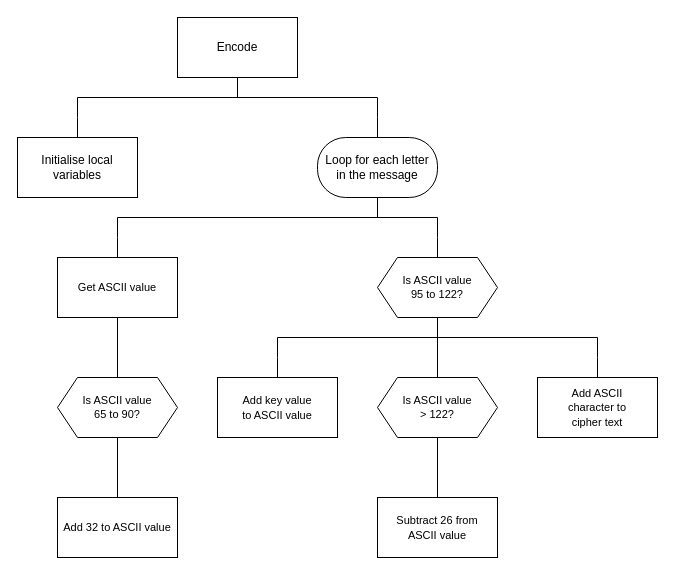
The draw.io diagram page "sd" (5 of 6) of higher/H-SDD-Caesar-Cipher/assets/H SDD Caesar Cipher.drawio in MrFriendCS/MrFriendCS.github.io, before the edit. Source tidied: cells renumbered, new cells numbered last; positions are measured from the earlier drawing's top-left corner, leaving out a move shared by most shapes. Both pictures are drawn from the tidied source at 100%, with x=0, y=0 at pixel (17, 17).
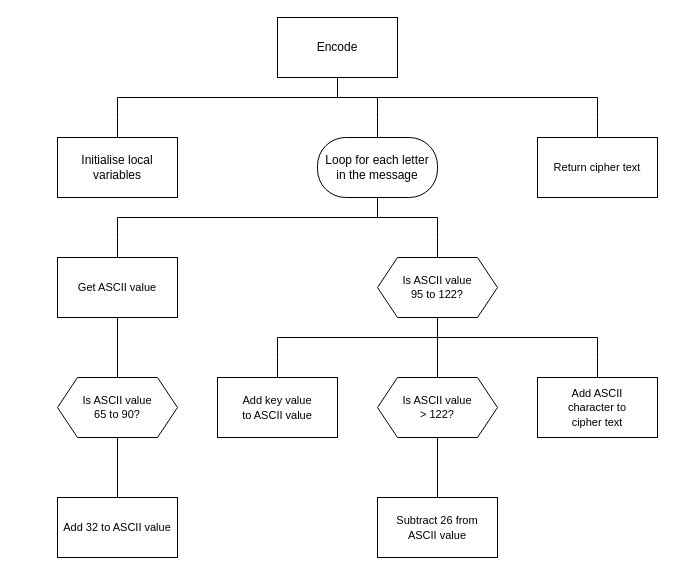
The same diagram, later.

The edit, as a diff of the source:
```diff
@@
-    <mxCell id="2" style="edgeStyle=orthogonalEdgeStyle;shape=connector;rounded=0;jettySize=auto;html=1;exitX=0.5;exitY=1;exitDx=0;exitDy=0;labelBackgroundColor=default;strokeColor=default;fontFamily=Helvetica;fontSize=11;fontColor=default;startArrow=none;startFill=0;endArrow=none;endFill=0;" parent="1" edge="1" source="3">
+    <mxCell id="2" style="edgeStyle=orthogonalEdgeStyle;shape=connector;rounded=0;jettySize=auto;html=1;labelBackgroundColor=default;strokeColor=default;fontFamily=Helvetica;fontSize=11;fontColor=default;startArrow=none;startFill=0;endArrow=none;endFill=0;" parent="1" edge="1" source="3">
       <mxGeometry relative="1" as="geometry">
-        <mxPoint x="220" y="80" as="targetPoint" />
+        <mxPoint x="320" y="80" as="targetPoint" />
       </mxGeometry>
     </mxCell>
     <mxCell id="3" value="Encode" style="rounded=0;whiteSpace=wrap;html=1;" parent="1" vertex="1">
-      <mxGeometry x="160" width="120" height="60" as="geometry" />
+      <mxGeometry x="260" width="120" height="60" as="geometry" />
     </mxCell>
     <mxCell id="4" style="edgeStyle=orthogonalEdgeStyle;shape=connector;rounded=0;jettySize=auto;html=1;exitX=0.5;exitY=0;exitDx=0;exitDy=0;labelBackgroundColor=default;strokeColor=default;fontFamily=Helvetica;fontSize=11;fontColor=default;startArrow=none;startFill=0;endArrow=none;endFill=0;" parent="1" edge="1" source="5">
       <mxGeometry relative="1" as="geometry">
-        <mxPoint x="60" y="80" as="targetPoint" />
+        <mxPoint x="100" y="80" as="targetPoint" />
       </mxGeometry>
     </mxCell>
     <mxCell id="5" value="Initialise local variables" style="rounded=0;whiteSpace=wrap;html=1;" parent="1" vertex="1">
-      <mxGeometry y="120" width="120" height="60" as="geometry" />
+      <mxGeometry x="40" y="120" width="120" height="60" as="geometry" />
     </mxCell>
@@
     <mxCell id="27" style="endArrow=none;html=1;rounded=0;labelBackgroundColor=default;strokeColor=default;fontFamily=Helvetica;fontSize=11;fontColor=default;shape=connector;" parent="1" edge="1">
       <mxGeometry relative="1" as="geometry">
-        <mxPoint x="60" y="80" as="sourcePoint" />
-        <mxPoint x="360" y="80" as="targetPoint" />
+        <mxPoint x="100" y="80" as="sourcePoint" />
+        <mxPoint x="580" y="80" as="targetPoint" />
       </mxGeometry>
     </mxCell>
+    <mxCell id="28" style="edgeStyle=orthogonalEdgeStyle;rounded=0;jettySize=auto;html=1;exitX=0.5;exitY=0;exitDx=0;exitDy=0;endArrow=none;endFill=0;" parent="1" edge="1" source="29">
+      <mxGeometry relative="1" as="geometry">
+        <mxPoint x="580" y="80" as="targetPoint" />
+      </mxGeometry>
+    </mxCell>
+    <mxCell id="29" value="&lt;font face=&quot;Helvetica&quot;&gt;&lt;span style=&quot;font-size: 11px;&quot;&gt;Return cipher text&lt;/span&gt;&lt;/font&gt;" style="rounded=0;whiteSpace=wrap;html=1;fontFamily=Lucida Console;fontSize=12;fontColor=default;" parent="1" vertex="1">
+      <mxGeometry x="520" y="120" width="120" height="60" as="geometry" />
+    </mxCell>
```
